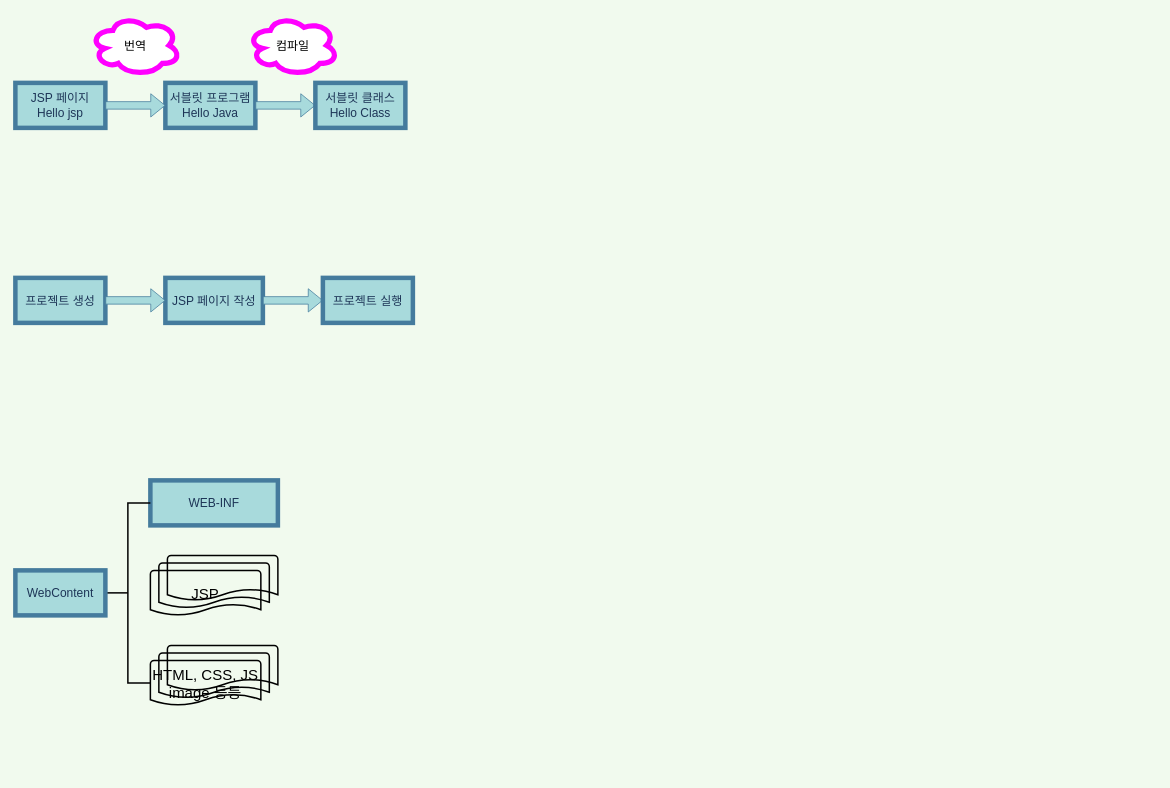
The draw.io diagram Day32_20220812 JSP 형태설명.drawio in u8yes/JSPLab, before the edit. Source tidied: cells renumbered, new cells numbered last; positions are measured from the earlier drawing's top-left corner, leaving out a move shared by most shapes. Both pictures are drawn from the tidied source at 75%, with x=0, y=0 at pixel (15, 15).
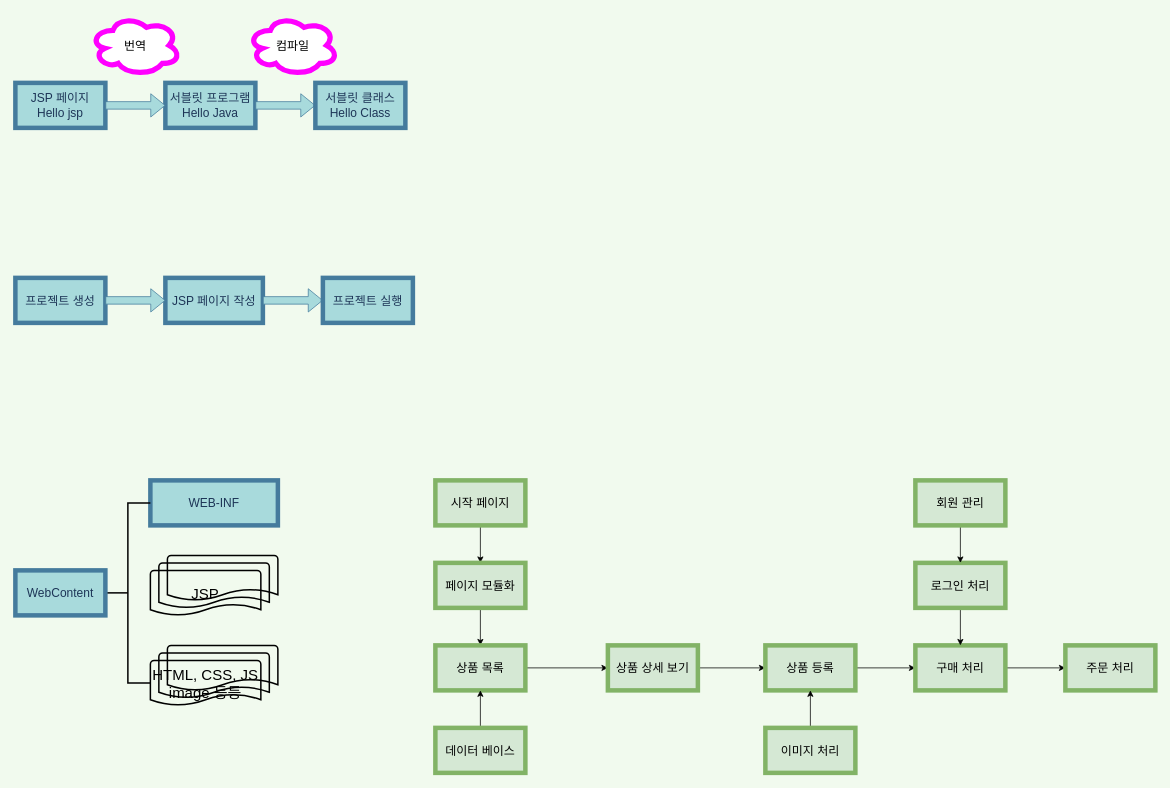
After the change.

The edit, as a diff of the source:
```diff
@@
+    <mxCell id="25" style="edgeStyle=orthogonalEdgeStyle;rounded=0;jettySize=auto;html=1;exitX=0.5;exitY=1;exitDx=0;exitDy=0;entryX=0.5;entryY=0;entryDx=0;entryDy=0;fontSize=20;" parent="1" edge="1" source="26" target="28">
+      <mxGeometry relative="1" as="geometry" />
+    </mxCell>
+    <mxCell id="26" value="시작 페이지" style="rounded=0;whiteSpace=wrap;html=1;strokeWidth=6;strokeColor=#82b366;fillColor=#d5e8d4;fontSize=16;" parent="1" vertex="1">
+      <mxGeometry x="560" y="620" width="120" height="60" as="geometry" />
+    </mxCell>
+    <mxCell id="27" style="edgeStyle=orthogonalEdgeStyle;rounded=0;jettySize=auto;html=1;fontSize=20;" parent="1" edge="1" source="28" target="30">
+      <mxGeometry relative="1" as="geometry" />
+    </mxCell>
+    <mxCell id="28" value="페이지 모듈화" style="rounded=0;whiteSpace=wrap;html=1;strokeWidth=6;strokeColor=#82b366;fillColor=#d5e8d4;fontSize=16;" parent="1" vertex="1">
+      <mxGeometry x="560" y="730" width="120" height="60" as="geometry" />
+    </mxCell>
+    <mxCell id="29" style="edgeStyle=orthogonalEdgeStyle;rounded=0;jettySize=auto;html=1;fontSize=20;" parent="1" edge="1" source="30" target="34">
+      <mxGeometry relative="1" as="geometry" />
+    </mxCell>
+    <mxCell id="30" value="상품 목록" style="rounded=0;whiteSpace=wrap;html=1;strokeWidth=6;strokeColor=#82b366;fillColor=#d5e8d4;fontSize=16;" parent="1" vertex="1">
+      <mxGeometry x="560" y="840" width="120" height="60" as="geometry" />
+    </mxCell>
+    <mxCell id="31" style="edgeStyle=orthogonalEdgeStyle;rounded=0;jettySize=auto;html=1;fontSize=20;" parent="1" edge="1" source="32" target="30">
+      <mxGeometry relative="1" as="geometry" />
+    </mxCell>
+    <mxCell id="32" value="데이터 베이스" style="rounded=0;whiteSpace=wrap;html=1;strokeWidth=6;strokeColor=#82b366;fillColor=#d5e8d4;fontSize=16;" parent="1" vertex="1">
+      <mxGeometry x="560" y="950" width="120" height="60" as="geometry" />
+    </mxCell>
+    <mxCell id="33" style="edgeStyle=orthogonalEdgeStyle;rounded=0;jettySize=auto;html=1;fontSize=20;" parent="1" edge="1" source="34" target="36">
+      <mxGeometry relative="1" as="geometry" />
+    </mxCell>
+    <mxCell id="34" value="상품 상세 보기" style="rounded=0;whiteSpace=wrap;html=1;strokeWidth=6;strokeColor=#82b366;fillColor=#d5e8d4;fontSize=16;" parent="1" vertex="1">
+      <mxGeometry x="790" y="840" width="120" height="60" as="geometry" />
+    </mxCell>
+    <mxCell id="35" style="edgeStyle=orthogonalEdgeStyle;rounded=0;jettySize=auto;html=1;fontSize=20;" parent="1" edge="1" source="36" target="40">
+      <mxGeometry relative="1" as="geometry" />
+    </mxCell>
+    <mxCell id="36" value="상품 등록" style="rounded=0;whiteSpace=wrap;html=1;strokeWidth=6;strokeColor=#82b366;fillColor=#d5e8d4;fontSize=16;" parent="1" vertex="1">
+      <mxGeometry x="1000" y="840" width="120" height="60" as="geometry" />
+    </mxCell>
+    <mxCell id="37" style="edgeStyle=orthogonalEdgeStyle;rounded=0;jettySize=auto;html=1;fontSize=20;" parent="1" edge="1" source="38" target="36">
+      <mxGeometry relative="1" as="geometry" />
+    </mxCell>
+    <mxCell id="38" value="이미지 처리" style="rounded=0;whiteSpace=wrap;html=1;strokeWidth=6;strokeColor=#82b366;fillColor=#d5e8d4;fontSize=16;" parent="1" vertex="1">
+      <mxGeometry x="1000" y="950" width="120" height="60" as="geometry" />
+    </mxCell>
+    <mxCell id="39" style="edgeStyle=orthogonalEdgeStyle;rounded=0;jettySize=auto;html=1;fontSize=20;" parent="1" edge="1" source="40" target="41">
+      <mxGeometry relative="1" as="geometry" />
+    </mxCell>
+    <mxCell id="40" value="구매 처리" style="rounded=0;whiteSpace=wrap;html=1;strokeWidth=6;strokeColor=#82b366;fillColor=#d5e8d4;fontSize=16;" parent="1" vertex="1">
+      <mxGeometry x="1200" y="840" width="120" height="60" as="geometry" />
+    </mxCell>
+    <mxCell id="41" value="주문 처리" style="rounded=0;whiteSpace=wrap;html=1;strokeWidth=6;strokeColor=#82b366;fillColor=#d5e8d4;fontSize=16;" parent="1" vertex="1">
+      <mxGeometry x="1400" y="840" width="120" height="60" as="geometry" />
+    </mxCell>
+    <mxCell id="42" style="edgeStyle=orthogonalEdgeStyle;rounded=0;jettySize=auto;html=1;fontSize=20;" parent="1" edge="1" source="43" target="40">
+      <mxGeometry relative="1" as="geometry" />
+    </mxCell>
+    <mxCell id="43" value="로그인 처리" style="rounded=0;whiteSpace=wrap;html=1;strokeWidth=6;strokeColor=#82b366;fillColor=#d5e8d4;fontSize=16;" parent="1" vertex="1">
+      <mxGeometry x="1200" y="730" width="120" height="60" as="geometry" />
+    </mxCell>
+    <mxCell id="44" style="edgeStyle=orthogonalEdgeStyle;rounded=0;jettySize=auto;html=1;fontSize=20;" parent="1" edge="1" source="45" target="43">
+      <mxGeometry relative="1" as="geometry" />
+    </mxCell>
+    <mxCell id="45" value="회원 관리" style="rounded=0;whiteSpace=wrap;html=1;strokeWidth=6;strokeColor=#82b366;fillColor=#d5e8d4;fontSize=16;" parent="1" vertex="1">
+      <mxGeometry x="1200" y="620" width="120" height="60" as="geometry" />
+    </mxCell>
```
